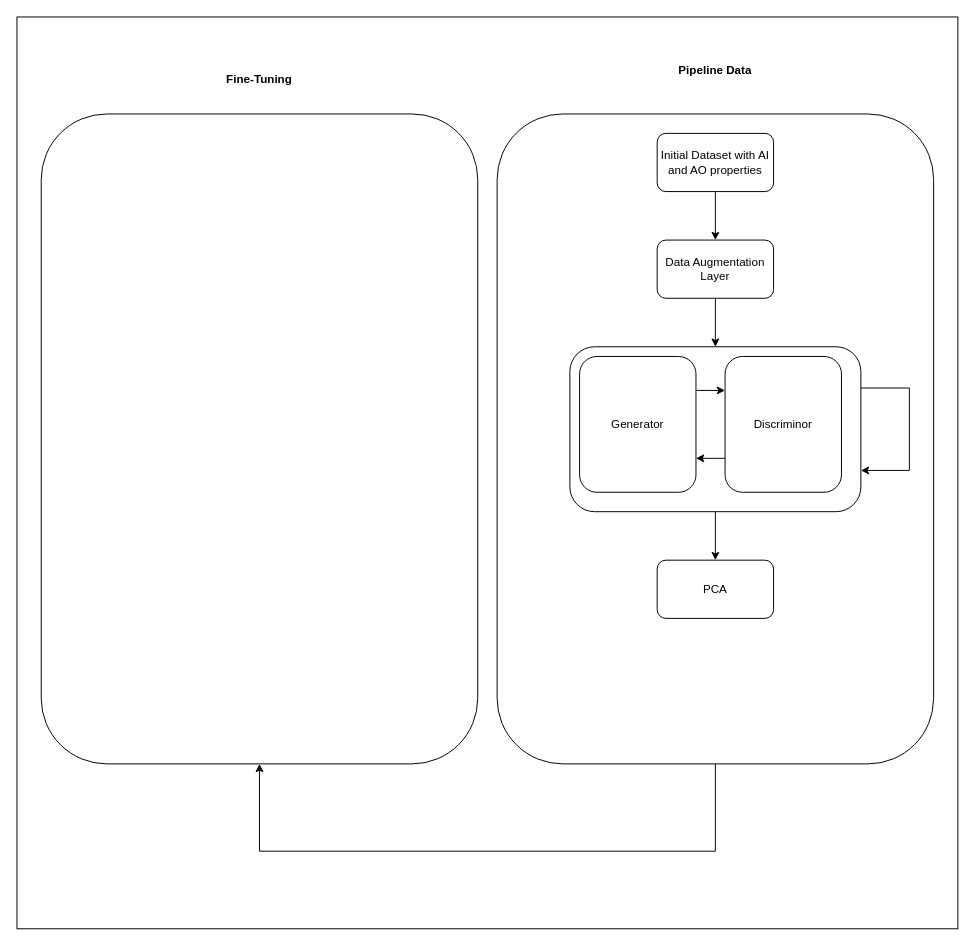
This is Images/Combined ML Techniques.drawio from qvelard/BiomolGeneration, a draw.io file, before an edit. Source tidied: cells renumbered, new cells numbered last; positions are measured from the earlier drawing's top-left corner, leaving out a move shared by most shapes. Both pictures are drawn from the tidied source at 97%, with x=0, y=0 at pixel (-66, 16).
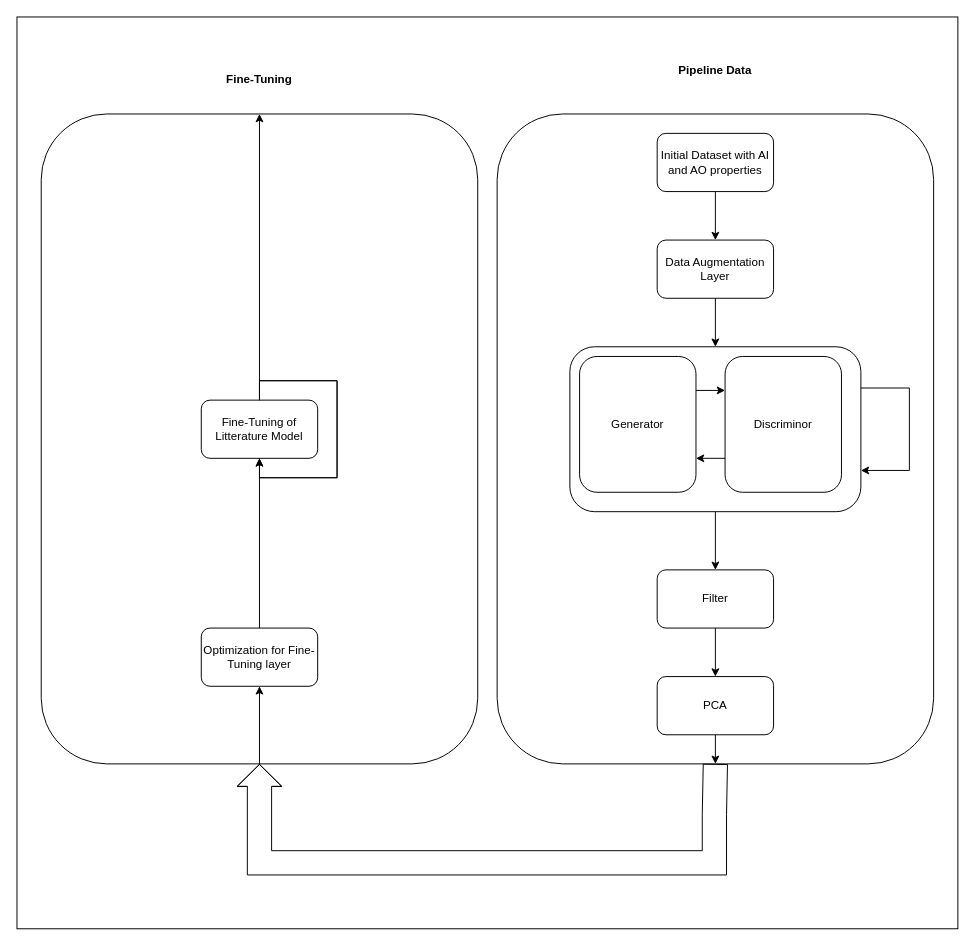
The same page after the edit.

Unchanged cells that the change refers to:
```xml
<mxCell id="4" style="rounded=1;whiteSpace=wrap;html=1;fillColor=#FFFFFF;rotation=90;" parent="1" vertex="1">
  <mxGeometry x="470" y="210" width="670" height="450" as="geometry" />
</mxCell>
<mxCell id="11" style="rounded=1;whiteSpace=wrap;html=1;" parent="1" vertex="1">
  <mxGeometry x="655" y="340" width="300" height="170" as="geometry" />
</mxCell>
<mxCell id="13" style="rounded=1;whiteSpace=wrap;html=1;fillColor=#FFFFFF;rotation=90;" parent="1" vertex="1">
  <mxGeometry y="210" width="670" height="450" as="geometry" />
</mxCell>
```

Diff of the diagram source:
```diff
@@
-    <mxCell id="2" style="whiteSpace=wrap;html=1;fillColor=#FFFFFF;" parent="1" vertex="1">
+    <mxCell id="2" style="whiteSpace=wrap;html=2;fillColor=#FFFFFF;" parent="1" vertex="1">
       <mxGeometry x="85" width="970" height="940" as="geometry" />
     </mxCell>
-    <mxCell id="3" style="edgeStyle=orthogonalEdgeStyle;rounded=0;jettySize=auto;html=1;exitX=1;exitY=0.5;exitDx=0;exitDy=0;entryX=1;entryY=0.5;entryDx=0;entryDy=0;" parent="1" edge="1" source="4" target="13">
-      <mxGeometry relative="1" as="geometry">
-        <Array as="points">
-          <mxPoint x="805" y="860" />
-          <mxPoint x="335" y="860" />
-        </Array>
-      </mxGeometry>
-    </mxCell>
@@
-    <mxCell id="10" style="edgeStyle=orthogonalEdgeStyle;rounded=0;jettySize=auto;html=1;exitX=0.5;exitY=1;exitDx=0;exitDy=0;" parent="1" edge="1" source="11" target="15">
-      <mxGeometry relative="1" as="geometry" />
-    </mxCell>
+    <mxCell id="21" style="edgeStyle=orthogonalEdgeStyle;rounded=0;jettySize=auto;html=1;exitX=0.5;exitY=1;exitDx=0;exitDy=0;entryX=0.5;entryY=0;entryDx=0;entryDy=0;" parent="1" edge="1" source="11" target="25">
+      <mxGeometry relative="1" as="geometry" />
+    </mxCell>
@@
+    <mxCell id="22" style="edgeStyle=orthogonalEdgeStyle;rounded=0;jettySize=auto;html=1;exitX=0.5;exitY=1;exitDx=0;exitDy=0;" parent="1" edge="1" source="15">
+      <mxGeometry relative="1" as="geometry">
+        <mxPoint x="805" y="770" as="targetPoint" />
+      </mxGeometry>
+    </mxCell>
     <mxCell id="15" value="PCA" style="rounded=1;whiteSpace=wrap;html=1;" parent="1" vertex="1">
-      <mxGeometry x="745" y="560" width="120" height="60" as="geometry" />
+      <mxGeometry x="745" y="680" width="120" height="60" as="geometry" />
     </mxCell>
@@
+    <mxCell id="23" style="shape=flexArrow;endArrow=classic;html=1;rounded=0;exitX=0.997;exitY=0.52;exitDx=0;exitDy=0;exitPerimeter=0;width=25;endSize=7.24;entryX=1;entryY=0.5;entryDx=0;entryDy=0;" parent="1" edge="1" target="13">
+      <mxGeometry relative="1" as="geometry">
+        <mxPoint x="805" y="770" as="sourcePoint" />
+        <Array as="points">
+          <mxPoint x="804" y="822" />
+          <mxPoint x="804" y="872" />
+          <mxPoint x="335" y="872" />
+        </Array>
+      </mxGeometry>
+    </mxCell>
+    <mxCell id="24" style="edgeStyle=orthogonalEdgeStyle;rounded=0;jettySize=auto;html=1;exitX=0.5;exitY=1;exitDx=0;exitDy=0;entryX=0.5;entryY=0;entryDx=0;entryDy=0;" parent="1" edge="1" source="25" target="15">
+      <mxGeometry relative="1" as="geometry" />
+    </mxCell>
+    <mxCell id="25" value="Filter" style="rounded=1;whiteSpace=wrap;html=1;" parent="1" vertex="1">
+      <mxGeometry x="745" y="570" width="120" height="60" as="geometry" />
+    </mxCell>
+    <mxCell id="26" style="edgeStyle=orthogonalEdgeStyle;rounded=0;jettySize=auto;html=1;exitX=0.5;exitY=0;exitDx=0;exitDy=0;entryX=0.5;entryY=1;entryDx=0;entryDy=0;" parent="1" edge="1" source="27" target="31">
+      <mxGeometry relative="1" as="geometry" />
+    </mxCell>
+    <mxCell id="27" value="Optimization for Fine-Tuning layer" style="rounded=1;whiteSpace=wrap;html=1;" parent="1" vertex="1">
+      <mxGeometry x="275" y="630" width="120" height="60" as="geometry" />
+    </mxCell>
+    <mxCell id="28" style="edgeStyle=orthogonalEdgeStyle;rounded=0;orthogonalLoop=1;jettySize=auto;html=1;exitX=1;exitY=0.5;exitDx=0;exitDy=0;" parent="1" edge="1" source="13" target="13">
+      <mxGeometry relative="1" as="geometry" />
+    </mxCell>
+    <mxCell id="29" style="edgeStyle=orthogonalEdgeStyle;rounded=0;jettySize=auto;html=1;exitX=1;exitY=0.5;exitDx=0;exitDy=0;entryX=0.5;entryY=1;entryDx=0;entryDy=0;" parent="1" edge="1" source="13" target="27">
+      <mxGeometry relative="1" as="geometry" />
+    </mxCell>
+    <mxCell id="30" style="edgeStyle=orthogonalEdgeStyle;rounded=0;jettySize=auto;html=1;exitX=0.5;exitY=0;exitDx=0;exitDy=0;entryX=0;entryY=0.5;entryDx=0;entryDy=0;" parent="1" edge="1" source="31" target="13">
+      <mxGeometry relative="1" as="geometry" />
+    </mxCell>
+    <mxCell id="31" value="Fine-Tuning of Litterature Model" style="rounded=1;whiteSpace=wrap;html=1;" parent="1" vertex="1">
+      <mxGeometry x="275" y="395" width="120" height="60" as="geometry" />
+    </mxCell>
+    <mxCell id="32" style="edgeStyle=orthogonalEdgeStyle;rounded=0;orthogonalLoop=1;jettySize=auto;html=1;exitX=0.5;exitY=0;exitDx=0;exitDy=0;" parent="1" edge="1" source="31" target="31">
+      <mxGeometry relative="1" as="geometry" />
+    </mxCell>
```
